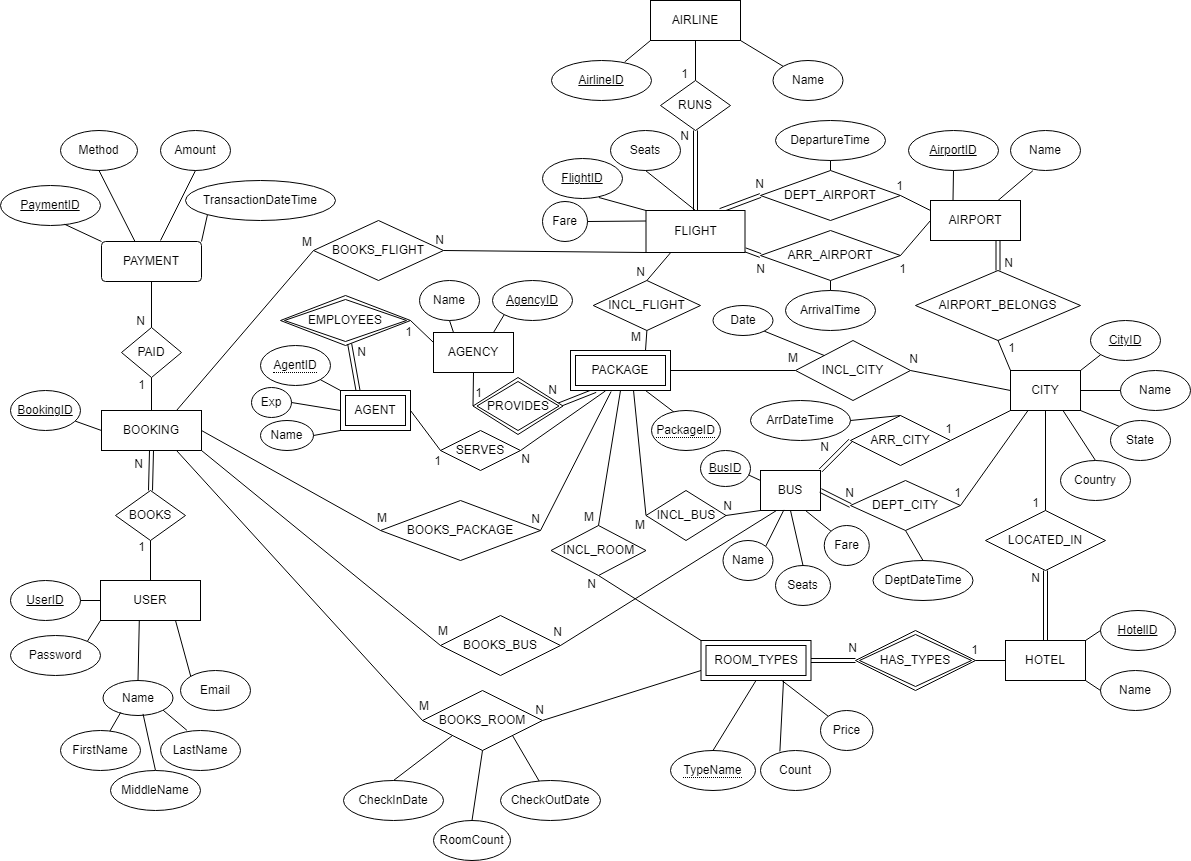
This is Diagrams/ER Diagram.png from chetankar65/AStar_DBMS, a draw.io export, as it was before one commit. Source tidied: cells renumbered, new cells last; positions are measured from the earlier drawing's top-left corner, leaving out a move shared by most shapes.
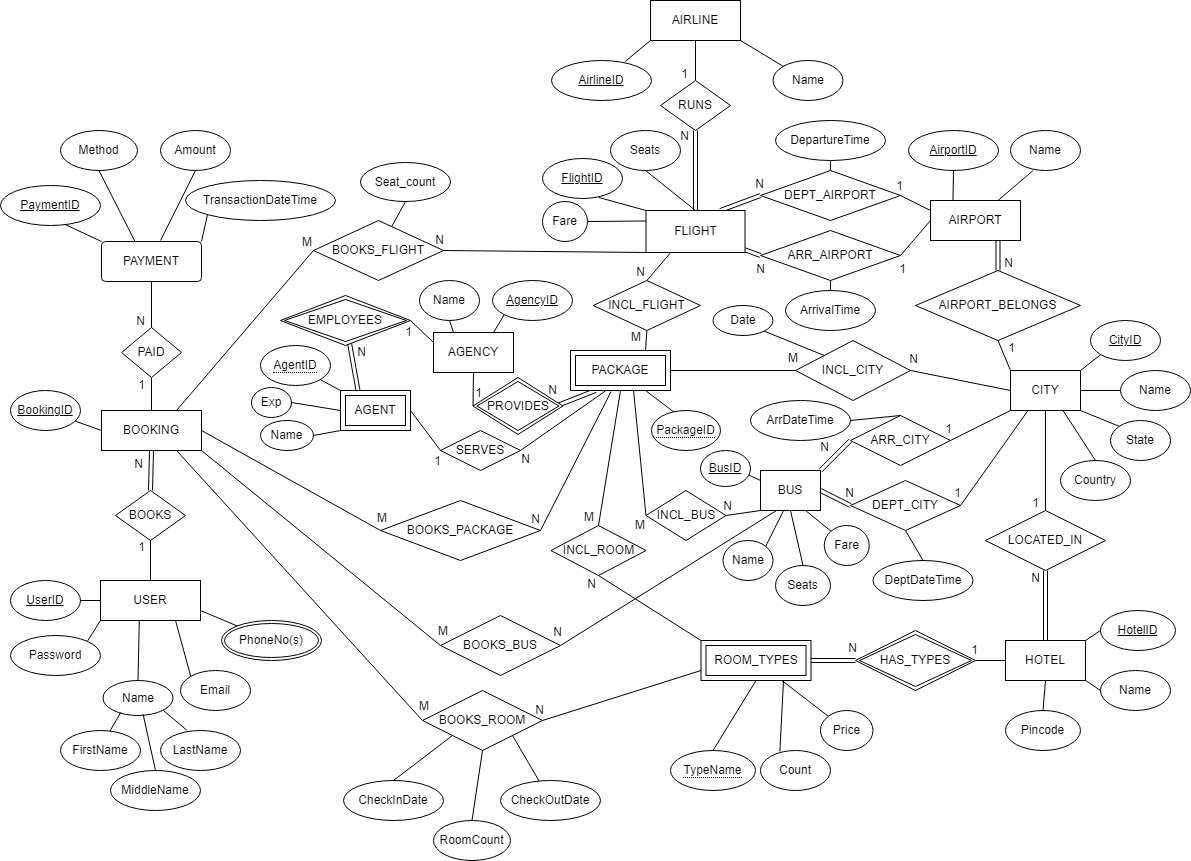
The same diagram one commit later.

What changed in the source:
```diff
@@ -733,5 +733,23 @@
     <mxCell id="211" style="endArrow=none;html=1;rounded=0;exitX=1;exitY=0;exitDx=0;exitDy=0;entryX=0.39;entryY=0.985;entryDx=0;entryDy=0;entryPerimeter=0;" parent="1" edge="1" source="210" target="69">
       <mxGeometry relative="1" as="geometry" />
     </mxCell>
+    <mxCell id="212" value="Seat_count" style="ellipse;whiteSpace=wrap;html=1;" parent="1" vertex="1">
+      <mxGeometry x="360" y="162" width="90" height="39" as="geometry" />
+    </mxCell>
+    <mxCell id="213" style="endArrow=none;html=1;rounded=0;entryX=0.5;entryY=1;entryDx=0;entryDy=0;" parent="1" edge="1" source="115" target="212">
+      <mxGeometry relative="1" as="geometry" />
+    </mxCell>
+    <mxCell id="214" value="Pincode" style="ellipse;whiteSpace=wrap;html=1;" parent="1" vertex="1">
+      <mxGeometry x="1005" y="710" width="75" height="40" as="geometry" />
+    </mxCell>
+    <mxCell id="215" style="endArrow=none;html=1;rounded=0;exitX=0.5;exitY=0;exitDx=0;exitDy=0;entryX=0.5;entryY=1;entryDx=0;entryDy=0;" parent="1" edge="1" source="214" target="89">
+      <mxGeometry relative="1" as="geometry" />
+    </mxCell>
+    <mxCell id="216" value="PhoneNo(s)" style="ellipse;shape=doubleEllipse;margin=3;whiteSpace=wrap;html=1;align=center;" parent="1" vertex="1">
+      <mxGeometry x="221" y="620" width="100" height="40" as="geometry" />
+    </mxCell>
+    <mxCell id="217" style="endArrow=none;html=1;rounded=0;entryX=1;entryY=0.75;entryDx=0;entryDy=0;" parent="1" edge="1" source="216" target="2">
+      <mxGeometry relative="1" as="geometry" />
+    </mxCell>
   </root>
 </mxGraphModel>
```
